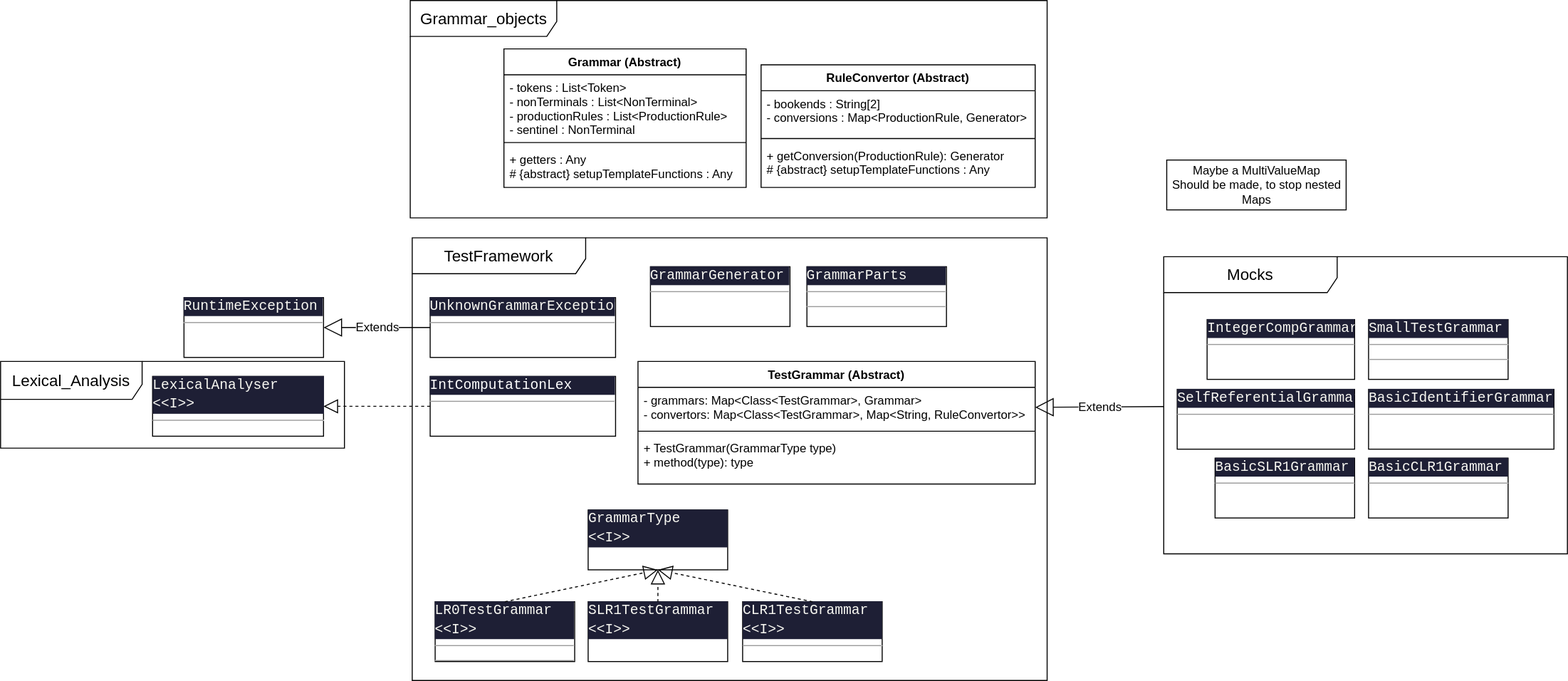
Before: docs/diagrams/ProposedChanges.drawio.svg, a diagram exported from draw.io (warburec/GenCompilation). Source tidied: cells renumbered, new cells last; positions are measured from the earlier drawing's top-left corner, leaving out a move shared by most shapes.
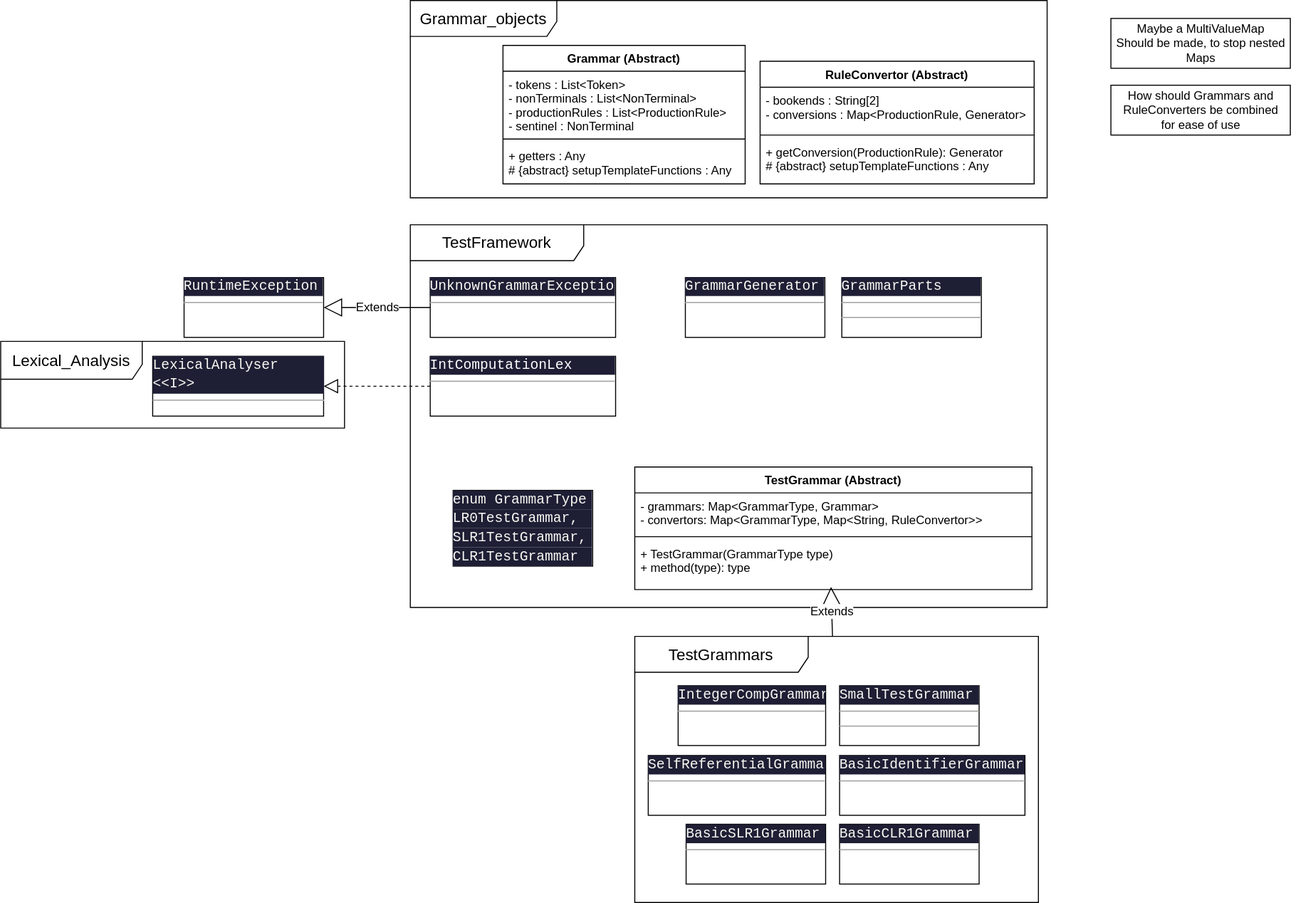
After the commit.

Commit message:
Removed GrammarType interfaces

Diff of the diagram source:
```diff
@@ -2,48 +2,39 @@
   <root>
     <mxCell id="0" />
     <mxCell id="1" parent="0" />
-    <mxCell id="2" value="Mocks" style="shape=umlFrame;whiteSpace=wrap;html=1;fontSize=16;width=174;height=36;" parent="1" vertex="1">
-      <mxGeometry x="1167" y="257" width="405" height="298" as="geometry" />
+    <mxCell id="2" value="TestGrammars" style="shape=umlFrame;whiteSpace=wrap;html=1;fontSize=16;width=174;height=36;" parent="1" vertex="1">
+      <mxGeometry x="636.2" y="658" width="405" height="267" as="geometry" />
     </mxCell>
     <mxCell id="3" value="Grammar_objects" style="shape=umlFrame;whiteSpace=wrap;html=1;fontSize=16;width=147;height=36;" parent="1" vertex="1">
-      <mxGeometry x="411" width="639" height="218" as="geometry" />
+      <mxGeometry x="411" y="20" width="639" height="198" as="geometry" />
     </mxCell>
     <mxCell id="4" value="TestFramework" style="shape=umlFrame;whiteSpace=wrap;html=1;fontSize=16;width=174;height=36;" parent="1" vertex="1">
-      <mxGeometry x="413" y="238" width="637" height="444" as="geometry" />
+      <mxGeometry x="411" y="245" width="639" height="384" as="geometry" />
     </mxCell>
     <mxCell id="5" value="&lt;div style=&quot;color: rgb(248, 248, 242); background-color: rgb(30, 31, 53); font-family: Consolas, &amp;quot;Courier New&amp;quot;, monospace; font-size: 14px; line-height: 19px;&quot;&gt;GrammarParts&lt;/div&gt;&lt;hr size=&quot;1&quot;&gt;&lt;div style=&quot;height:2px;&quot;&gt;&lt;/div&gt;&lt;hr size=&quot;1&quot;&gt;&lt;div style=&quot;height:2px;&quot;&gt;&lt;/div&gt;" style="verticalAlign=top;align=left;overflow=fill;fontSize=12;fontFamily=Helvetica;html=1;whiteSpace=wrap;" parent="1" vertex="1">
-      <mxGeometry x="809" y="267" width="140" height="60" as="geometry" />
+      <mxGeometry x="844" y="298" width="140" height="60" as="geometry" />
     </mxCell>
     <mxCell id="6" value="&lt;div style=&quot;color: rgb(248, 248, 242); background-color: rgb(30, 31, 53); font-family: Consolas, &amp;quot;Courier New&amp;quot;, monospace; font-size: 14px; line-height: 19px;&quot;&gt;GrammarGenerator&lt;/div&gt;&lt;hr size=&quot;1&quot;&gt;&lt;div style=&quot;height:2px;&quot;&gt;&lt;/div&gt;" style="verticalAlign=top;align=left;overflow=fill;fontSize=12;fontFamily=Helvetica;html=1;whiteSpace=wrap;" parent="1" vertex="1">
-      <mxGeometry x="652" y="267" width="140" height="60" as="geometry" />
+      <mxGeometry x="687" y="298" width="140" height="60" as="geometry" />
     </mxCell>
     <mxCell id="7" value="&lt;div style=&quot;color: rgb(248, 248, 242); background-color: rgb(30, 31, 53); font-family: Consolas, &amp;quot;Courier New&amp;quot;, monospace; font-size: 14px; line-height: 19px;&quot;&gt;SmallTestGrammar&lt;/div&gt;&lt;hr size=&quot;1&quot;&gt;&lt;div style=&quot;height:2px;&quot;&gt;&lt;/div&gt;&lt;hr size=&quot;1&quot;&gt;&lt;div style=&quot;height:2px;&quot;&gt;&lt;/div&gt;" style="verticalAlign=top;align=left;overflow=fill;fontSize=12;fontFamily=Helvetica;html=1;whiteSpace=wrap;" parent="1" vertex="1">
-      <mxGeometry x="1372.5" y="320" width="140" height="60" as="geometry" />
+      <mxGeometry x="841.8" y="707.5" width="140" height="60" as="geometry" />
     </mxCell>
-    <mxCell id="8" value="&lt;div style=&quot;color: rgb(248, 248, 242); background-color: rgb(30, 31, 53); font-family: Consolas, &amp;quot;Courier New&amp;quot;, monospace; font-size: 14px; line-height: 19px;&quot;&gt;LR0TestGrammar &amp;lt;&amp;lt;I&amp;gt;&amp;gt;&lt;/div&gt;&lt;hr size=&quot;1&quot;&gt;&lt;div style=&quot;height:2px;&quot;&gt;&lt;/div&gt;&lt;hr size=&quot;1&quot;&gt;&lt;div style=&quot;height:2px;&quot;&gt;&lt;/div&gt;" style="verticalAlign=top;align=left;overflow=fill;fontSize=12;fontFamily=Helvetica;html=1;whiteSpace=wrap;" parent="1" vertex="1">
-      <mxGeometry x="436" y="603" width="140" height="60" as="geometry" />
-    </mxCell>
-    <mxCell id="9" value="&lt;div style=&quot;color: rgb(248, 248, 242); background-color: rgb(30, 31, 53); font-family: Consolas, &amp;quot;Courier New&amp;quot;, monospace; font-size: 14px; line-height: 19px;&quot;&gt;SLR1TestGrammar &amp;lt;&amp;lt;I&amp;gt;&amp;gt;&lt;/div&gt;" style="verticalAlign=top;align=left;overflow=fill;fontSize=12;fontFamily=Helvetica;html=1;whiteSpace=wrap;" parent="1" vertex="1">
-      <mxGeometry x="589.5" y="603" width="140" height="60" as="geometry" />
-    </mxCell>
     <mxCell id="10" value="&lt;div style=&quot;color: rgb(248, 248, 242); background-color: rgb(30, 31, 53); font-family: Consolas, &amp;quot;Courier New&amp;quot;, monospace; font-size: 14px; line-height: 19px;&quot;&gt;SelfReferentialGrammar&lt;/div&gt;&lt;hr size=&quot;1&quot;&gt;&lt;div style=&quot;height:2px;&quot;&gt;&lt;/div&gt;" style="verticalAlign=top;align=left;overflow=fill;fontSize=12;fontFamily=Helvetica;html=1;whiteSpace=wrap;" parent="1" vertex="1">
-      <mxGeometry x="1180.5" y="390" width="178" height="60" as="geometry" />
+      <mxGeometry x="649.8" y="777.5" width="178" height="60" as="geometry" />
     </mxCell>
     <mxCell id="11" value="&lt;div style=&quot;color: rgb(248, 248, 242); background-color: rgb(30, 31, 53); font-family: Consolas, &amp;quot;Courier New&amp;quot;, monospace; font-size: 14px; line-height: 19px;&quot;&gt;IntegerCompGrammar&lt;/div&gt;&lt;hr size=&quot;1&quot;&gt;&lt;div style=&quot;height:2px;&quot;&gt;&lt;/div&gt;" style="verticalAlign=top;align=left;overflow=fill;fontSize=12;fontFamily=Helvetica;html=1;whiteSpace=wrap;" parent="1" vertex="1">
-      <mxGeometry x="1210.5" y="320" width="148" height="60" as="geometry" />
+      <mxGeometry x="679.8" y="707.5" width="148" height="60" as="geometry" />
     </mxCell>
     <mxCell id="12" value="&lt;div style=&quot;color: rgb(248, 248, 242); background-color: rgb(30, 31, 53); font-family: Consolas, &amp;quot;Courier New&amp;quot;, monospace; font-size: 14px; line-height: 19px;&quot;&gt;BasicSLR1Grammar&lt;/div&gt;&lt;hr size=&quot;1&quot;&gt;&lt;div style=&quot;height:2px;&quot;&gt;&lt;/div&gt;" style="verticalAlign=top;align=left;overflow=fill;fontSize=12;fontFamily=Helvetica;html=1;whiteSpace=wrap;" parent="1" vertex="1">
-      <mxGeometry x="1218.5" y="459" width="140" height="60" as="geometry" />
+      <mxGeometry x="687.8" y="846.5" width="140" height="60" as="geometry" />
     </mxCell>
     <mxCell id="13" value="&lt;div style=&quot;color: rgb(248, 248, 242); background-color: rgb(30, 31, 53); font-family: Consolas, &amp;quot;Courier New&amp;quot;, monospace; font-size: 14px; line-height: 19px;&quot;&gt;BasicIdentifierGrammar&lt;/div&gt;&lt;hr size=&quot;1&quot;&gt;&lt;div style=&quot;height:2px;&quot;&gt;&lt;/div&gt;" style="verticalAlign=top;align=left;overflow=fill;fontSize=12;fontFamily=Helvetica;html=1;whiteSpace=wrap;" parent="1" vertex="1">
-      <mxGeometry x="1372.5" y="390" width="186" height="60" as="geometry" />
+      <mxGeometry x="841.8" y="777.5" width="186" height="60" as="geometry" />
     </mxCell>
     <mxCell id="14" value="&lt;div style=&quot;color: rgb(248, 248, 242); background-color: rgb(30, 31, 53); font-family: Consolas, &amp;quot;Courier New&amp;quot;, monospace; font-size: 14px; line-height: 19px;&quot;&gt;BasicCLR1Grammar&lt;/div&gt;&lt;hr size=&quot;1&quot;&gt;&lt;div style=&quot;height:2px;&quot;&gt;&lt;/div&gt;" style="verticalAlign=top;align=left;overflow=fill;fontSize=12;fontFamily=Helvetica;html=1;whiteSpace=wrap;" parent="1" vertex="1">
-      <mxGeometry x="1372.5" y="459" width="140" height="60" as="geometry" />
+      <mxGeometry x="841.8" y="846.5" width="140" height="60" as="geometry" />
     </mxCell>
-    <mxCell id="15" value="&lt;div style=&quot;color: rgb(248, 248, 242); background-color: rgb(30, 31, 53); font-family: Consolas, &amp;quot;Courier New&amp;quot;, monospace; font-size: 14px; line-height: 19px;&quot;&gt;CLR1TestGrammar &amp;lt;&amp;lt;I&amp;gt;&amp;gt;&lt;/div&gt;&lt;hr size=&quot;1&quot;&gt;&lt;div style=&quot;height:2px;&quot;&gt;&lt;/div&gt;" style="verticalAlign=top;align=left;overflow=fill;fontSize=12;fontFamily=Helvetica;html=1;whiteSpace=wrap;" parent="1" vertex="1">
-      <mxGeometry x="744.5" y="603" width="140" height="60" as="geometry" />
-    </mxCell>
     <mxCell id="16" value="&lt;div style=&quot;color: rgb(248, 248, 242); background-color: rgb(30, 31, 53); font-family: Consolas, &amp;quot;Courier New&amp;quot;, monospace; font-size: 14px; line-height: 19px;&quot;&gt;RuntimeException&lt;/div&gt;&lt;hr size=&quot;1&quot;&gt;&lt;div style=&quot;height:2px;&quot;&gt;&lt;/div&gt;" style="verticalAlign=top;align=left;overflow=fill;fontSize=12;fontFamily=Helvetica;html=1;whiteSpace=wrap;" parent="1" vertex="1">
       <mxGeometry x="184" y="298" width="140" height="60" as="geometry" />
     </mxCell>
@@ -66,7 +57,7 @@
       <mxGeometry relative="1" as="geometry" />
     </mxCell>
     <mxCell id="23" value="Grammar (Abstract)&#10;" style="swimlane;fontStyle=1;align=center;verticalAlign=top;horizontal=1;startSize=26;" parent="1" vertex="1">
-      <mxGeometry x="505" y="48.5" width="243" height="139" as="geometry" />
+      <mxGeometry x="504" y="65" width="243" height="139" as="geometry" />
     </mxCell>
     <mxCell id="24" value="- tokens : List&lt;Token&gt;&#10;- nonTerminals : List&lt;NonTerminal&gt;&#10;- productionRules : List&lt;ProductionRule&gt;&#10;- sentinel : NonTerminal" style="text;strokeColor=none;fillColor=none;align=left;verticalAlign=top;spacingLeft=4;spacingRight=4;overflow=hidden;" parent="23" vertex="1">
       <mxGeometry y="26" width="243" height="64" as="geometry" />
@@ -78,9 +69,9 @@
       <mxGeometry y="98" width="243" height="41" as="geometry" />
     </mxCell>
     <mxCell id="27" value="TestGrammar (Abstract)" style="swimlane;fontStyle=1;align=center;verticalAlign=top;horizontal=1;startSize=26;" parent="1" vertex="1">
-      <mxGeometry x="639.5" y="362" width="398.5" height="123" as="geometry" />
+      <mxGeometry x="636.2" y="488" width="398.5" height="123" as="geometry" />
     </mxCell>
-    <mxCell id="28" value="- grammars: Map&lt;Class&lt;TestGrammar&gt;, Grammar&gt;&#10;- convertors: Map&lt;Class&lt;TestGrammar&gt;, Map&lt;String, RuleConvertor&gt;&gt;" style="text;strokeColor=none;fillColor=none;align=left;verticalAlign=top;spacingLeft=4;spacingRight=4;overflow=hidden;points=[[0,0.5],[1,0.5]];portConstraint=eastwest;" parent="27" vertex="1">
+    <mxCell id="28" value="- grammars: Map&lt;GrammarType, Grammar&gt;&#10;- convertors: Map&lt;GrammarType, Map&lt;String, RuleConvertor&gt;&gt;" style="text;strokeColor=none;fillColor=none;align=left;verticalAlign=top;spacingLeft=4;spacingRight=4;overflow=hidden;points=[[0,0.5],[1,0.5]];portConstraint=eastwest;" parent="27" vertex="1">
       <mxGeometry y="26" width="398.5" height="40" as="geometry" />
     </mxCell>
     <mxCell id="29" style="line;strokeWidth=1;fillColor=none;align=left;verticalAlign=middle;spacingTop=-1;spacingLeft=3;spacingRight=3;labelPosition=right;strokeColor=inherit;" parent="27" vertex="1">
@@ -90,7 +81,7 @@
       <mxGeometry y="74" width="398.5" height="49" as="geometry" />
     </mxCell>
     <mxCell id="31" value="RuleConvertor (Abstract)&#10;" style="swimlane;fontStyle=1;align=center;verticalAlign=top;horizontal=1;startSize=26;" parent="1" vertex="1">
-      <mxGeometry x="763" y="64.5" width="275" height="123" as="geometry" />
+      <mxGeometry x="762" y="81" width="275" height="123" as="geometry" />
     </mxCell>
     <mxCell id="32" value="- bookends : String[2]&#10;- conversions : Map&lt;ProductionRule, Generator&gt;" style="text;strokeColor=none;fillColor=none;align=left;verticalAlign=top;spacingLeft=4;spacingRight=4;overflow=hidden;" parent="31" vertex="1">
       <mxGeometry y="26" width="275" height="44" as="geometry" />
@@ -102,22 +93,16 @@
       <mxGeometry y="78" width="275" height="45" as="geometry" />
     </mxCell>
     <mxCell id="35" value="Maybe a MultiValueMap&lt;br&gt;Should be made, to stop nested&lt;br&gt;Maps" style="html=1;" parent="1" vertex="1">
-      <mxGeometry x="1170" y="160" width="180" height="50" as="geometry" />
+      <mxGeometry x="1114" y="38" width="180" height="50" as="geometry" />
     </mxCell>
-    <mxCell id="36" value="&lt;div style=&quot;color: rgb(248, 248, 242); background-color: rgb(30, 31, 53); font-family: Consolas, &amp;quot;Courier New&amp;quot;, monospace; font-size: 14px; line-height: 19px;&quot;&gt;GrammarType &amp;lt;&amp;lt;I&amp;gt;&amp;gt;&lt;/div&gt;" style="verticalAlign=top;align=left;overflow=fill;fontSize=12;fontFamily=Helvetica;html=1;whiteSpace=wrap;" parent="1" vertex="1">
-      <mxGeometry x="589.5" y="511" width="140" height="60" as="geometry" />
+    <mxCell id="36" value="&lt;div style=&quot;color: rgb(248, 248, 242); background-color: rgb(30, 31, 53); font-family: Consolas, &amp;quot;Courier New&amp;quot;, monospace; font-size: 14px; line-height: 19px;&quot;&gt;enum GrammarType&lt;/div&gt;&lt;div style=&quot;color: rgb(248, 248, 242); background-color: rgb(30, 31, 53); font-family: Consolas, &amp;quot;Courier New&amp;quot;, monospace; font-size: 14px; line-height: 19px;&quot;&gt;LR0TestGrammar,&lt;br&gt;&lt;/div&gt;&lt;div style=&quot;color: rgb(248, 248, 242); background-color: rgb(30, 31, 53); font-family: Consolas, &amp;quot;Courier New&amp;quot;, monospace; font-size: 14px; line-height: 19px;&quot;&gt;SLR1TestGrammar,&lt;/div&gt;&lt;div style=&quot;color: rgb(248, 248, 242); background-color: rgb(30, 31, 53); font-family: Consolas, &amp;quot;Courier New&amp;quot;, monospace; font-size: 14px; line-height: 19px;&quot;&gt;CLR1TestGrammar&lt;br&gt;&lt;/div&gt;" style="verticalAlign=top;align=left;overflow=fill;fontSize=12;fontFamily=Helvetica;html=1;whiteSpace=wrap;" parent="1" vertex="1">
+      <mxGeometry x="454" y="511.5" width="140" height="76" as="geometry" />
     </mxCell>
-    <mxCell id="37" style="endArrow=block;dashed=1;endFill=0;endSize=12;html=1;rounded=0;fontSize=12;curved=1;exitX=0.5;exitY=0;exitDx=0;exitDy=0;entryX=0.5;entryY=1;entryDx=0;entryDy=0;" parent="1" edge="1" source="8" target="36">
-      <mxGeometry relative="1" as="geometry" />
-    </mxCell>
-    <mxCell id="38" style="endArrow=block;dashed=1;endFill=0;endSize=12;html=1;rounded=0;fontSize=12;curved=1;exitX=0.5;exitY=0;exitDx=0;exitDy=0;" parent="1" edge="1" source="9" target="36">
-      <mxGeometry relative="1" as="geometry" />
-    </mxCell>
-    <mxCell id="39" style="endArrow=block;dashed=1;endFill=0;endSize=12;html=1;rounded=0;fontSize=12;curved=1;exitX=0.5;exitY=0;exitDx=0;exitDy=0;entryX=0.5;entryY=1;entryDx=0;entryDy=0;" parent="1" edge="1" source="15" target="36">
-      <mxGeometry relative="1" as="geometry" />
-    </mxCell>
-    <mxCell id="40" value="Extends" style="endArrow=block;endSize=16;endFill=0;html=1;rounded=0;fontSize=12;curved=1;entryX=1;entryY=0.5;entryDx=0;entryDy=0;" parent="1" edge="1" source="2" target="28">
+    <mxCell id="40" value="Extends" style="endArrow=block;endSize=16;endFill=0;html=1;rounded=0;fontSize=12;curved=1;entryX=0.494;entryY=0.946;entryDx=0;entryDy=0;entryPerimeter=0;" parent="1" edge="1" source="2" target="30">
       <mxGeometry relative="1" as="geometry" />
     </mxCell>
+    <mxCell id="41" value="How should Grammars and&lt;br&gt;RuleConverters be combined&lt;br&gt;for ease of use" style="html=1;" parent="1" vertex="1">
+      <mxGeometry x="1114" y="105" width="180" height="50" as="geometry" />
+    </mxCell>
   </root>
 </mxGraphModel>
```
